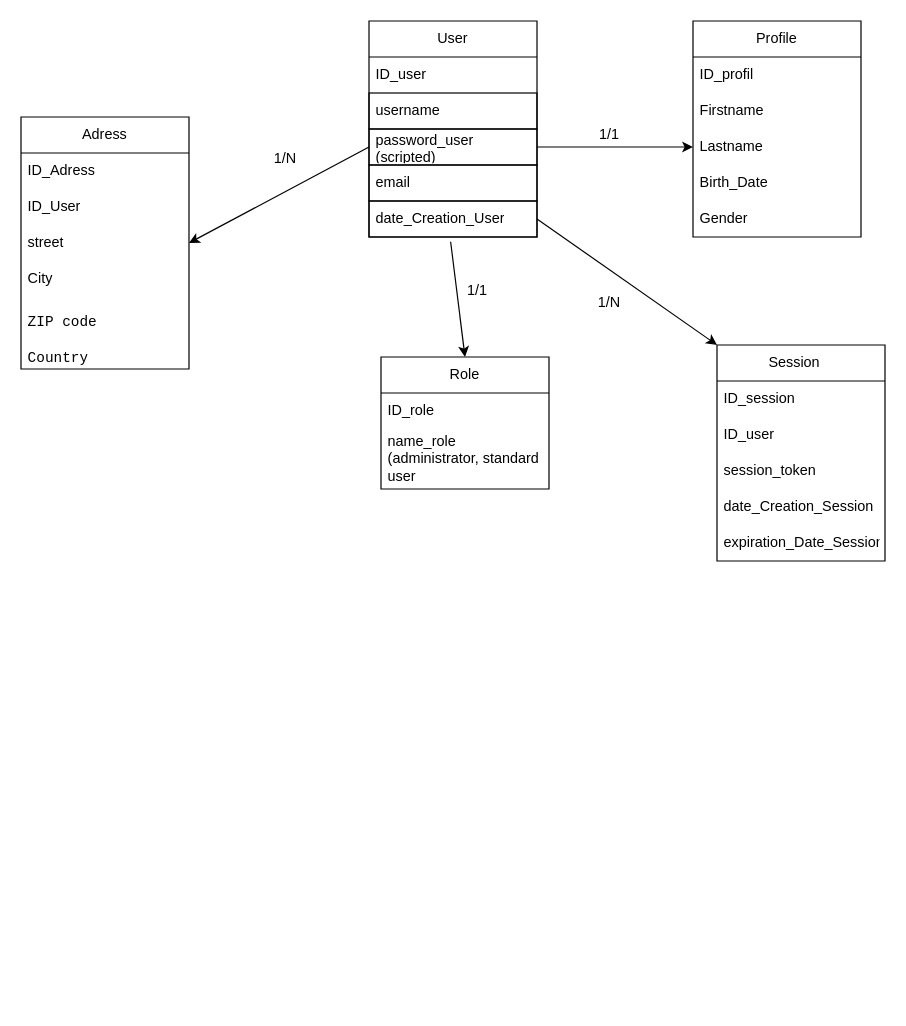
Above: mcdCompte.drawio in TimotheeCresson/Projet-Crochet (draw.io), before the change. Source tidied: cells renumbered, new cells numbered last; positions are measured from the earlier drawing's top-left corner, leaving out a move shared by most shapes. Both pictures are drawn from the tidied source at 120%, with x=0, y=0 at pixel (20, 20).
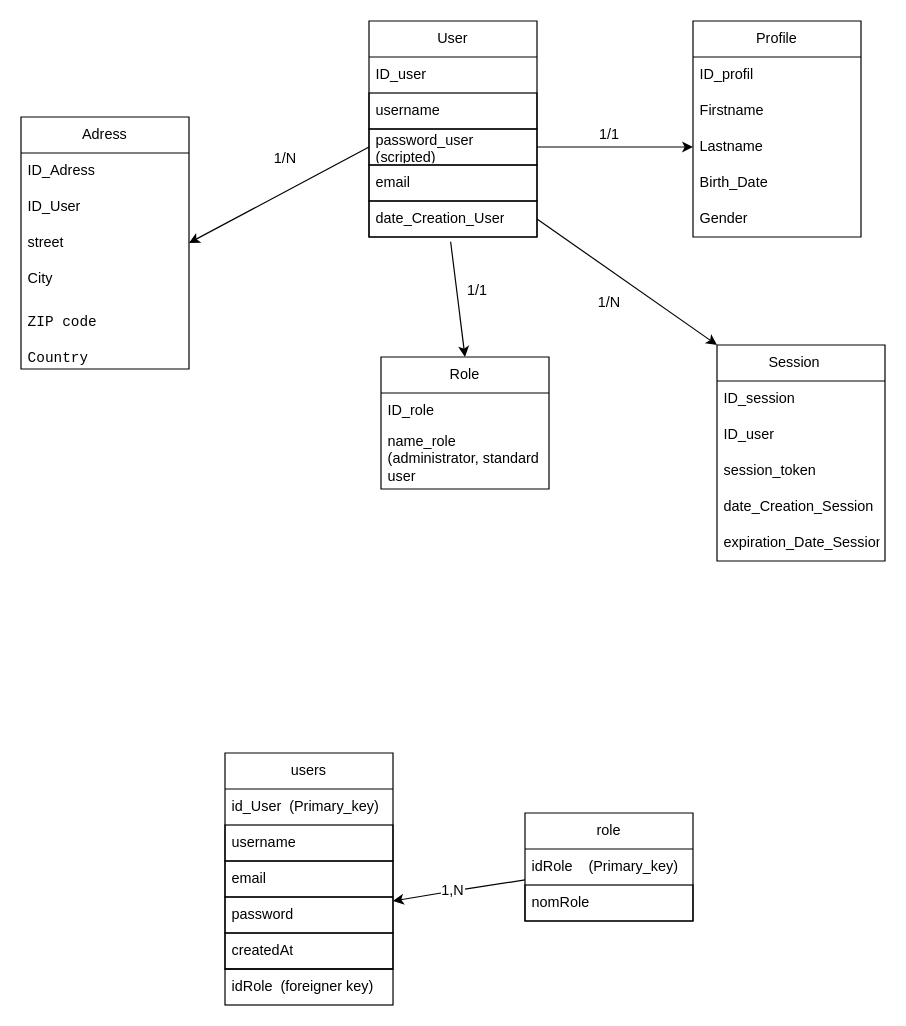
The same diagram, later.

The edit, as a diff of the source:
```diff
@@
+    <mxCell id="38" value="users" style="swimlane;fontStyle=0;horizontal=1;startSize=30;whiteSpace=wrap;html=1;" parent="1" vertex="1">
+      <mxGeometry x="170" y="610" width="140" height="180" as="geometry" />
+    </mxCell>
+    <mxCell id="39" value="id_User&amp;nbsp; (Primary_key)" style="text;strokeColor=none;fillColor=none;align=left;verticalAlign=middle;spacingLeft=4;spacingRight=4;overflow=hidden;whiteSpace=wrap;html=1;" parent="38" vertex="1">
+      <mxGeometry y="30" width="140" height="30" as="geometry" />
+    </mxCell>
+    <mxCell id="40" value="username&lt;br&gt;" style="text;strokeColor=default;fillColor=none;align=left;verticalAlign=middle;spacingLeft=4;spacingRight=4;overflow=hidden;whiteSpace=wrap;html=1;" parent="38" vertex="1">
+      <mxGeometry y="60" width="140" height="30" as="geometry" />
+    </mxCell>
+    <mxCell id="41" value="email" style="text;strokeColor=default;fillColor=none;align=left;verticalAlign=middle;spacingLeft=4;spacingRight=4;overflow=hidden;whiteSpace=wrap;html=1;" parent="38" vertex="1">
+      <mxGeometry y="90" width="140" height="30" as="geometry" />
+    </mxCell>
+    <mxCell id="42" value="password" style="text;strokeColor=default;fillColor=none;align=left;verticalAlign=middle;spacingLeft=4;spacingRight=4;overflow=hidden;points=[[0,0.5],[1,0.5]];portConstraint=eastwest;whiteSpace=wrap;html=1;" parent="38" vertex="1">
+      <mxGeometry y="120" width="140" height="30" as="geometry" />
+    </mxCell>
+    <mxCell id="43" value="createdAt" style="text;strokeColor=default;fillColor=none;align=left;verticalAlign=middle;spacingLeft=4;spacingRight=4;overflow=hidden;whiteSpace=wrap;html=1;" parent="38" vertex="1">
+      <mxGeometry y="150" width="140" height="30" as="geometry" />
+    </mxCell>
+    <mxCell id="44" value="idRole&amp;nbsp; (foreigner key)" style="text;strokeColor=default;fillColor=none;align=left;verticalAlign=middle;spacingLeft=4;spacingRight=4;overflow=hidden;whiteSpace=wrap;html=1;" parent="1" vertex="1">
+      <mxGeometry x="170" y="790" width="140" height="30" as="geometry" />
+    </mxCell>
+    <mxCell id="45" value="role" style="swimlane;fontStyle=0;horizontal=1;startSize=30;whiteSpace=wrap;html=1;" parent="1" vertex="1">
+      <mxGeometry x="420" y="660" width="140" height="90" as="geometry" />
+    </mxCell>
+    <mxCell id="46" value="idRole&amp;nbsp; &amp;nbsp;&amp;nbsp;(Primary_key)" style="text;strokeColor=none;fillColor=none;align=left;verticalAlign=middle;spacingLeft=4;spacingRight=4;overflow=hidden;points=[[0,0.5],[1,0.5]];portConstraint=eastwest;whiteSpace=wrap;html=1;" parent="45" vertex="1">
+      <mxGeometry y="30" width="140" height="30" as="geometry" />
+    </mxCell>
+    <mxCell id="47" value="nomRole" style="text;strokeColor=default;fillColor=none;align=left;verticalAlign=middle;spacingLeft=4;spacingRight=4;overflow=hidden;whiteSpace=wrap;html=1;" parent="45" vertex="1">
+      <mxGeometry y="60" width="140" height="30" as="geometry" />
+    </mxCell>
+    <mxCell id="48" style="edgeStyle=none;html=1;startArrow=none;" parent="1" edge="1" source="50" target="42">
+      <mxGeometry relative="1" as="geometry" />
+    </mxCell>
+    <mxCell id="49" style="edgeStyle=none;html=1;endArrow=none;" parent="1" edge="1" source="46" target="50">
+      <mxGeometry relative="1" as="geometry" />
+    </mxCell>
+    <mxCell id="50" value="1,N" style="text;strokeColor=none;align=center;fillColor=none;html=1;verticalAlign=middle;whiteSpace=wrap;rounded=0;" parent="1" vertex="1">
+      <mxGeometry x="350" y="710" width="20" height="30" as="geometry" />
+    </mxCell>
```
